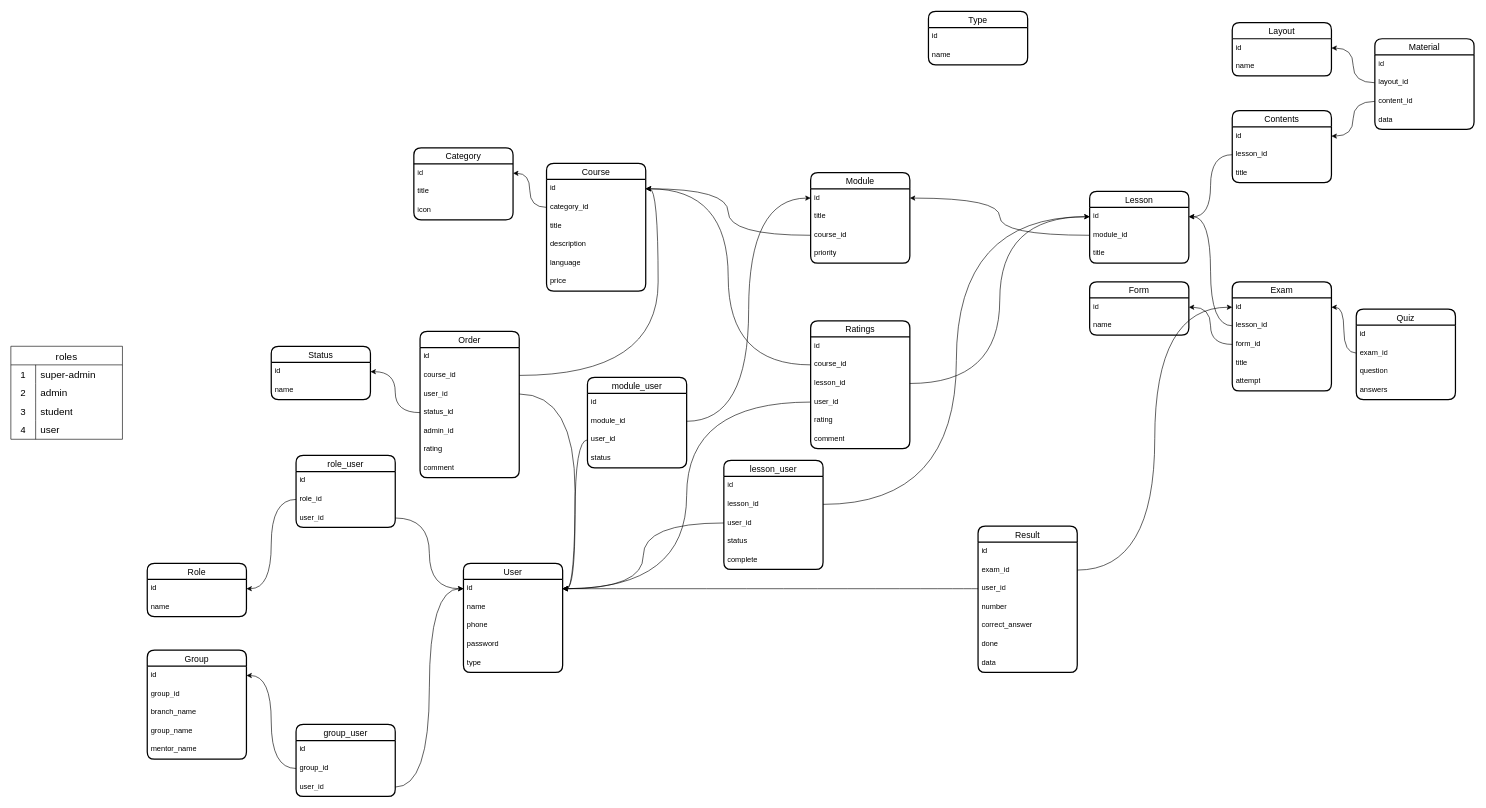
Earlier version of the draw.io diagram newaction.drawio (iztileuoff/databases). Source tidied: cells renumbered, new cells numbered last; positions are measured from the earlier drawing's top-left corner, leaving out a move shared by most shapes. Both pictures are drawn from the tidied source at 62%, with x=0, y=0 at pixel (11, 11).
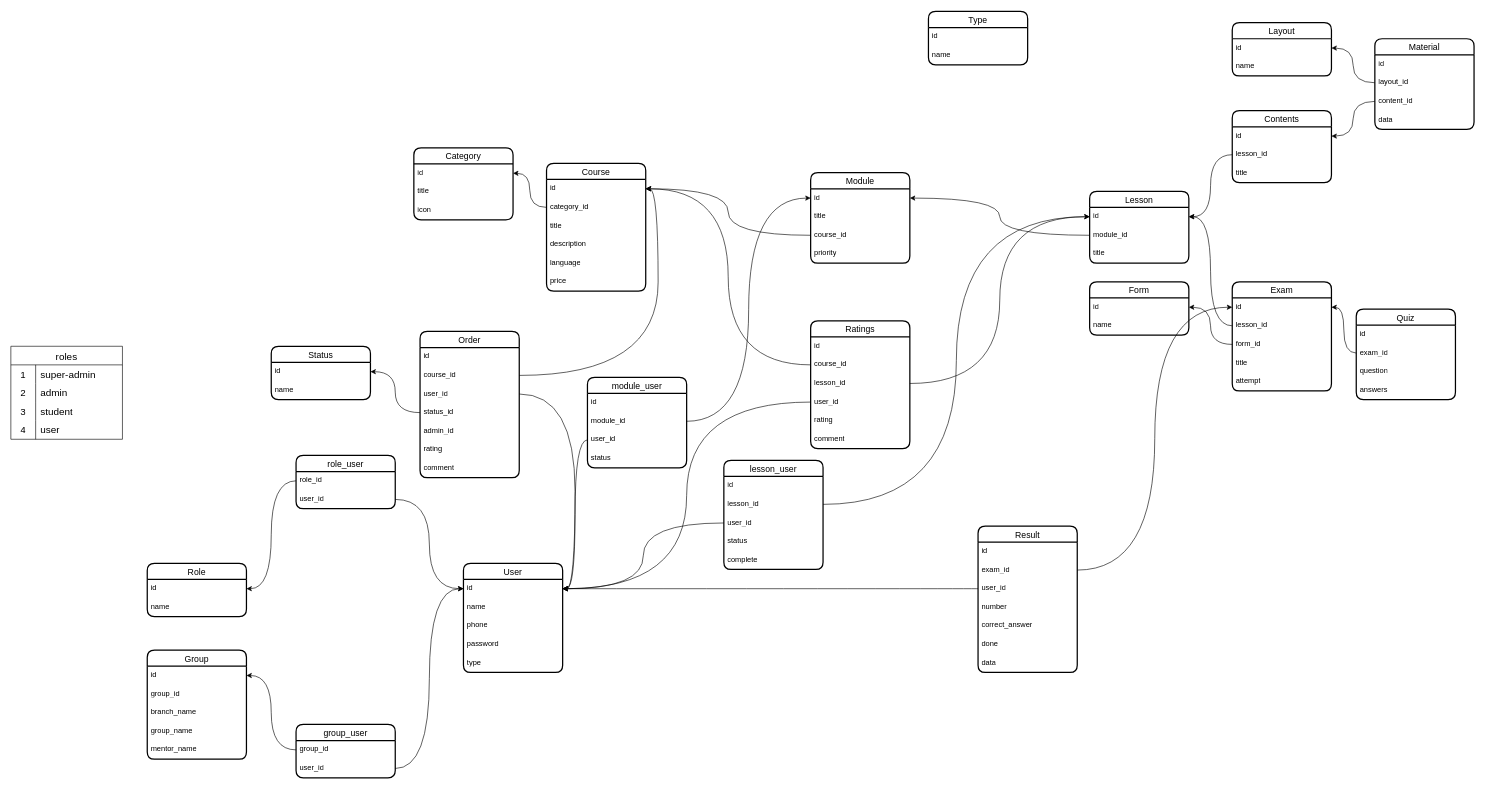
Above is the later version.

Change to the diagram source:
```diff
@@
     <mxCell id="40" value="role_user" style="swimlane;fontStyle=0;horizontal=1;startSize=26;align=center;fontSize=14;strokeWidth=2;rounded=1;shadow=0;glass=0;swimlaneLine=1;" parent="1" vertex="1">
-      <mxGeometry x="460" y="716" width="160" height="116" as="geometry" />
+      <mxGeometry x="460" y="716" width="160" height="86" as="geometry" />
     </mxCell>
-    <mxCell id="41" value="id" style="text;strokeColor=none;fillColor=none;spacingLeft=4;spacingRight=4;overflow=hidden;fontSize=12;whiteSpace=wrap;html=1;" parent="40" vertex="1">
-      <mxGeometry y="26" width="160" height="30" as="geometry" />
-    </mxCell>
     <mxCell id="42" value="role_id" style="text;strokeColor=none;fillColor=none;spacingLeft=4;spacingRight=4;overflow=hidden;points=[[0,0.5],[1,0.5]];portConstraint=eastwest;fontSize=12;whiteSpace=wrap;html=1;" parent="40" vertex="1">
-      <mxGeometry y="56" width="160" height="30" as="geometry" />
+      <mxGeometry y="26" width="160" height="30" as="geometry" />
     </mxCell>
     <mxCell id="43" value="user_id" style="text;strokeColor=none;fillColor=none;spacingLeft=4;spacingRight=4;overflow=hidden;points=[[0,0.5],[1,0.5]];portConstraint=eastwest;fontSize=12;whiteSpace=wrap;html=1;" parent="40" vertex="1">
-      <mxGeometry y="86" width="160" height="30" as="geometry" />
+      <mxGeometry y="56" width="160" height="30" as="geometry" />
     </mxCell>
@@
     <mxCell id="62" value="group_user" style="swimlane;fontStyle=0;horizontal=1;startSize=26;align=center;fontSize=14;strokeWidth=2;rounded=1;shadow=0;glass=0;swimlaneLine=1;" parent="1" vertex="1">
-      <mxGeometry x="460" y="1150" width="160" height="116" as="geometry" />
+      <mxGeometry x="460" y="1150" width="160" height="86" as="geometry" />
     </mxCell>
-    <mxCell id="63" value="id" style="text;strokeColor=none;fillColor=none;spacingLeft=4;spacingRight=4;overflow=hidden;fontSize=12;whiteSpace=wrap;html=1;" parent="62" vertex="1">
-      <mxGeometry y="26" width="160" height="30" as="geometry" />
-    </mxCell>
     <mxCell id="64" value="group_id" style="text;strokeColor=none;fillColor=none;spacingLeft=4;spacingRight=4;overflow=hidden;points=[[0,0.5],[1,0.5]];portConstraint=eastwest;fontSize=12;whiteSpace=wrap;html=1;" parent="62" vertex="1">
-      <mxGeometry y="56" width="160" height="30" as="geometry" />
+      <mxGeometry y="26" width="160" height="30" as="geometry" />
     </mxCell>
     <mxCell id="65" value="user_id" style="text;strokeColor=none;fillColor=none;spacingLeft=4;spacingRight=4;overflow=hidden;points=[[0,0.5],[1,0.5]];portConstraint=eastwest;fontSize=12;whiteSpace=wrap;html=1;" parent="62" vertex="1">
-      <mxGeometry y="86" width="160" height="30" as="geometry" />
+      <mxGeometry y="56" width="160" height="30" as="geometry" />
     </mxCell>
```
